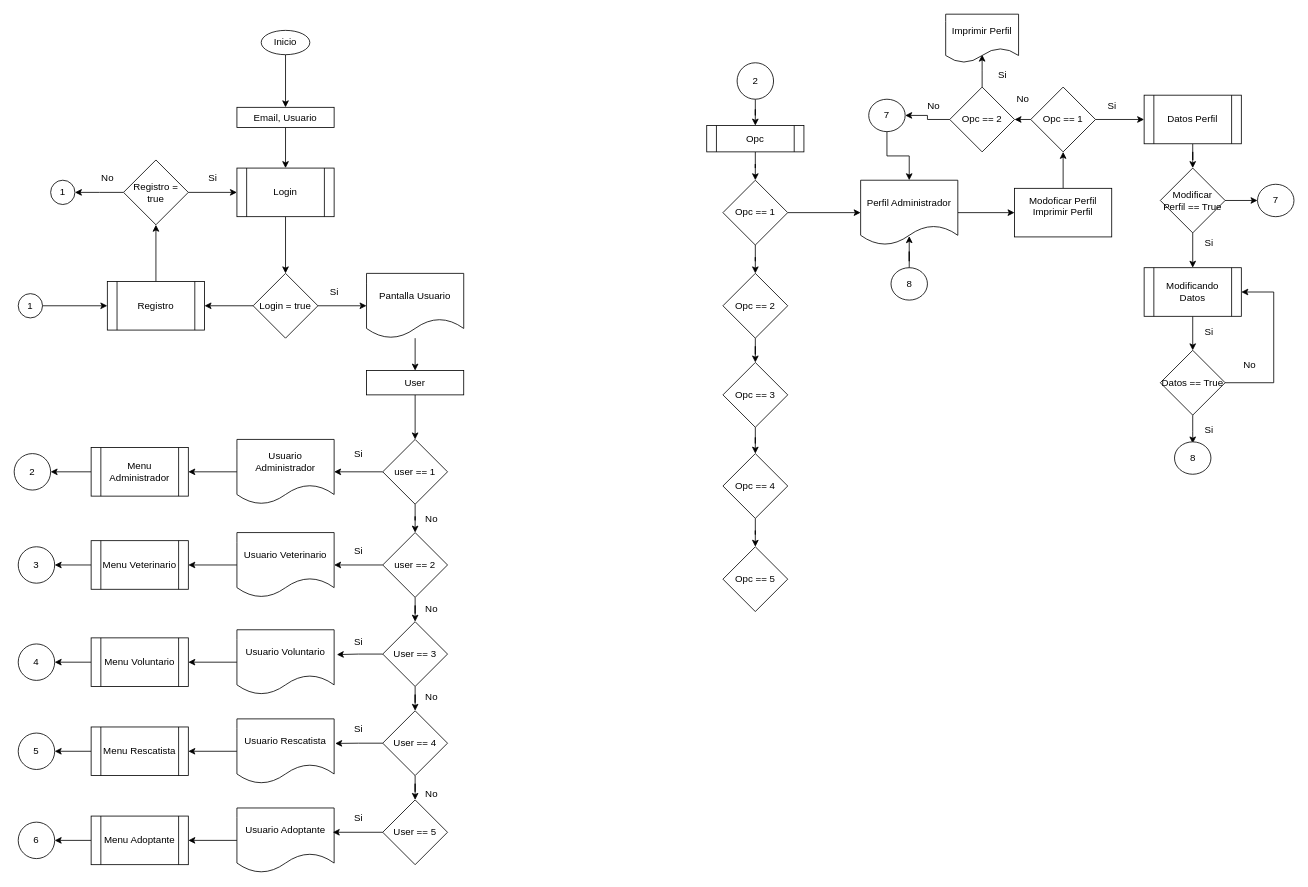
Before: page "Diagrama_Flujo_AdminPets_General" (1 of 2) of AdminPets.drawio in JlchavezG/AdminPets, a draw.io diagram. Source tidied: cells renumbered, new cells numbered last; positions are measured from the earlier drawing's top-left corner, leaving out a move shared by most shapes. Both pictures are drawn from the tidied source at 81%, with x=0, y=0 at pixel (14, 14).
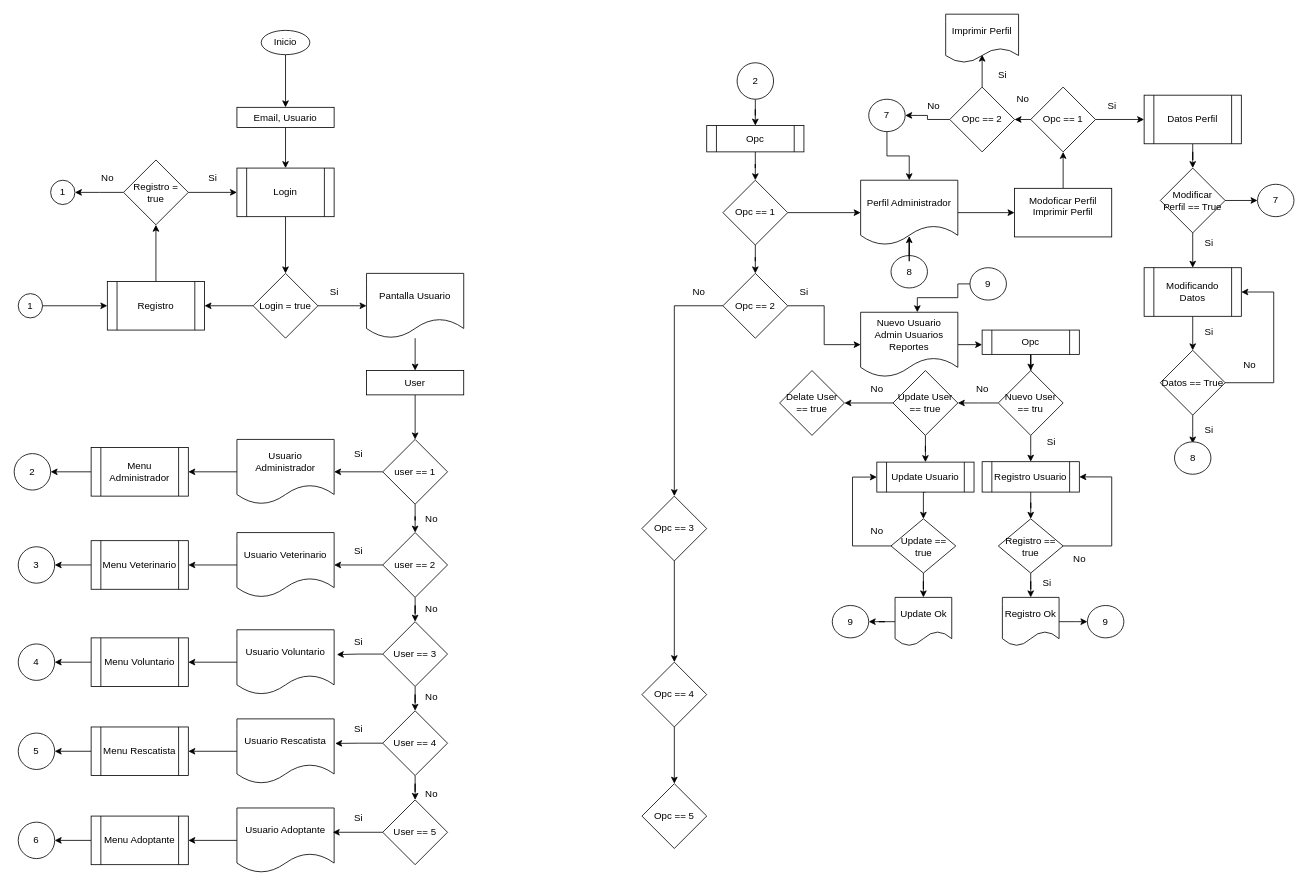
The same diagram, later.

Unchanged cells that the change refers to:
```xml
<mxCell id="82" value="Opc == 2" style="rhombus;whiteSpace=wrap;html=1;" parent="1" vertex="1">
  <mxGeometry x="875" y="320" width="80" height="80" as="geometry" />
</mxCell>
```

The edit, as a diff of the source:
```diff
@@
+    <mxCell id="123" style="edgeStyle=orthogonalEdgeStyle;rounded=0;jettySize=auto;html=1;" parent="1" edge="1" source="82" target="125">
+      <mxGeometry relative="1" as="geometry" />
+    </mxCell>
@@
     <mxCell id="84" value="Opc == 3" style="rhombus;whiteSpace=wrap;html=1;" parent="1" vertex="1">
-      <mxGeometry x="875" y="430" width="80" height="80" as="geometry" />
+      <mxGeometry x="775" y="595" width="80" height="80" as="geometry" />
     </mxCell>
@@
     <mxCell id="86" value="Opc == 4" style="rhombus;whiteSpace=wrap;html=1;" parent="1" vertex="1">
-      <mxGeometry x="875" y="542.5" width="80" height="80" as="geometry" />
+      <mxGeometry x="775" y="800" width="80" height="80" as="geometry" />
     </mxCell>
     <mxCell id="87" value="Opc == 5" style="rhombus;whiteSpace=wrap;html=1;" parent="1" vertex="1">
-      <mxGeometry x="875" y="657.5" width="80" height="80" as="geometry" />
+      <mxGeometry x="775" y="950" width="80" height="80" as="geometry" />
     </mxCell>
@@
     <mxCell id="120" value="8" style="ellipse;whiteSpace=wrap;html=1;" parent="1" vertex="1">
-      <mxGeometry x="1082.5" y="313" width="45" height="40" as="geometry" />
+      <mxGeometry x="1082.5" y="298" width="45" height="40" as="geometry" />
     </mxCell>
@@
+    <mxCell id="124" style="edgeStyle=orthogonalEdgeStyle;rounded=0;jettySize=auto;html=1;" parent="1" edge="1" source="125">
+      <mxGeometry relative="1" as="geometry">
+        <mxPoint x="1195" y="408" as="targetPoint" />
+      </mxGeometry>
+    </mxCell>
+    <mxCell id="125" value="Nuevo Usuario&lt;div&gt;Admin Usuarios&lt;/div&gt;&lt;div&gt;Reportes&lt;/div&gt;" style="shape=document;whiteSpace=wrap;html=1;boundedLbl=1;" parent="1" vertex="1">
+      <mxGeometry x="1045" y="368" width="120" height="80" as="geometry" />
+    </mxCell>
+    <mxCell id="126" style="edgeStyle=orthogonalEdgeStyle;rounded=0;jettySize=auto;html=1;" parent="1" edge="1" source="127" target="130">
+      <mxGeometry relative="1" as="geometry" />
+    </mxCell>
+    <mxCell id="127" value="Opc" style="shape=process;whiteSpace=wrap;html=1;backgroundOutline=1;" parent="1" vertex="1">
+      <mxGeometry x="1195" y="390" width="120" height="30" as="geometry" />
+    </mxCell>
+    <mxCell id="128" style="edgeStyle=orthogonalEdgeStyle;rounded=0;jettySize=auto;html=1;" parent="1" edge="1" source="130">
+      <mxGeometry relative="1" as="geometry">
+        <mxPoint x="1255" y="552.5" as="targetPoint" />
+      </mxGeometry>
+    </mxCell>
+    <mxCell id="129" style="edgeStyle=orthogonalEdgeStyle;rounded=0;jettySize=auto;html=1;" parent="1" edge="1" source="130">
+      <mxGeometry relative="1" as="geometry">
+        <mxPoint x="1165" y="480" as="targetPoint" />
+      </mxGeometry>
+    </mxCell>
+    <mxCell id="130" value="Nuevo User == tru" style="rhombus;whiteSpace=wrap;html=1;" parent="1" vertex="1">
+      <mxGeometry x="1215" y="440" width="80" height="80" as="geometry" />
+    </mxCell>
+    <mxCell id="131" value="Si" style="text;html=1;align=center;verticalAlign=middle;strokeColor=none;fillColor=none;" parent="1" vertex="1">
+      <mxGeometry x="1265" y="512.5" width="30" height="30" as="geometry" />
+    </mxCell>
+    <mxCell id="132" style="edgeStyle=orthogonalEdgeStyle;rounded=0;jettySize=auto;html=1;" parent="1" edge="1" source="133" target="136">
+      <mxGeometry relative="1" as="geometry" />
+    </mxCell>
+    <mxCell id="133" value="Registro Usuario" style="shape=process;whiteSpace=wrap;html=1;backgroundOutline=1;" parent="1" vertex="1">
+      <mxGeometry x="1195" y="552.5" width="120" height="37.5" as="geometry" />
+    </mxCell>
+    <mxCell id="134" style="edgeStyle=orthogonalEdgeStyle;rounded=0;jettySize=auto;html=1;" parent="1" edge="1" source="136" target="138">
+      <mxGeometry relative="1" as="geometry" />
+    </mxCell>
+    <mxCell id="135" style="edgeStyle=orthogonalEdgeStyle;rounded=0;jettySize=auto;html=1;entryX=1;entryY=0.5;entryDx=0;entryDy=0;exitX=1;exitY=0.5;exitDx=0;exitDy=0;" parent="1" edge="1" source="136" target="133">
+      <mxGeometry relative="1" as="geometry">
+        <Array as="points">
+          <mxPoint x="1355" y="657" />
+          <mxPoint x="1355" y="571" />
+        </Array>
+      </mxGeometry>
+    </mxCell>
+    <mxCell id="136" value="Registro == true" style="rhombus;whiteSpace=wrap;html=1;" parent="1" vertex="1">
+      <mxGeometry x="1215" y="623" width="80" height="67" as="geometry" />
+    </mxCell>
+    <mxCell id="137" style="edgeStyle=orthogonalEdgeStyle;rounded=0;jettySize=auto;html=1;" parent="1" edge="1" source="138">
+      <mxGeometry relative="1" as="geometry">
+        <mxPoint x="1325" y="750" as="targetPoint" />
+      </mxGeometry>
+    </mxCell>
+    <mxCell id="138" value="Registro Ok" style="shape=document;whiteSpace=wrap;html=1;boundedLbl=1;" parent="1" vertex="1">
+      <mxGeometry x="1220" y="720" width="70" height="60" as="geometry" />
+    </mxCell>
+    <mxCell id="139" value="Si" style="text;html=1;align=center;verticalAlign=middle;strokeColor=none;fillColor=none;" parent="1" vertex="1">
+      <mxGeometry x="1260" y="688" width="30" height="30" as="geometry" />
+    </mxCell>
+    <mxCell id="140" value="No" style="text;html=1;align=center;verticalAlign=middle;strokeColor=none;fillColor=none;" parent="1" vertex="1">
+      <mxGeometry x="1295" y="658" width="40" height="30" as="geometry" />
+    </mxCell>
+    <mxCell id="141" value="9" style="ellipse;whiteSpace=wrap;html=1;" parent="1" vertex="1">
+      <mxGeometry x="1325" y="730" width="45" height="40" as="geometry" />
+    </mxCell>
+    <mxCell id="142" style="edgeStyle=orthogonalEdgeStyle;rounded=0;jettySize=auto;html=1;exitX=0;exitY=0.5;exitDx=0;exitDy=0;" parent="1" edge="1" source="143" target="125">
+      <mxGeometry relative="1" as="geometry">
+        <Array as="points">
+          <mxPoint x="1165" y="333" />
+          <mxPoint x="1165" y="350" />
+          <mxPoint x="1115" y="350" />
+        </Array>
+      </mxGeometry>
+    </mxCell>
+    <mxCell id="143" value="9" style="ellipse;whiteSpace=wrap;html=1;" parent="1" vertex="1">
+      <mxGeometry x="1180" y="313" width="45" height="40" as="geometry" />
+    </mxCell>
+    <mxCell id="144" style="edgeStyle=orthogonalEdgeStyle;rounded=0;jettySize=auto;html=1;" parent="1" edge="1" source="146" target="148">
+      <mxGeometry relative="1" as="geometry" />
+    </mxCell>
+    <mxCell id="145" style="edgeStyle=orthogonalEdgeStyle;rounded=0;jettySize=auto;html=1;" parent="1" edge="1" source="146" target="151">
+      <mxGeometry relative="1" as="geometry" />
+    </mxCell>
+    <mxCell id="146" value="Update User == true" style="rhombus;whiteSpace=wrap;html=1;" parent="1" vertex="1">
+      <mxGeometry x="1085" y="440" width="80" height="80" as="geometry" />
+    </mxCell>
+    <mxCell id="147" value="No" style="text;html=1;align=center;verticalAlign=middle;strokeColor=none;fillColor=none;" parent="1" vertex="1">
+      <mxGeometry x="1175" y="448" width="40" height="30" as="geometry" />
+    </mxCell>
+    <mxCell id="148" value="Delate User == true" style="rhombus;whiteSpace=wrap;html=1;" parent="1" vertex="1">
+      <mxGeometry x="945" y="440" width="80" height="80" as="geometry" />
+    </mxCell>
+    <mxCell id="149" value="No" style="text;html=1;align=center;verticalAlign=middle;strokeColor=none;fillColor=none;" parent="1" vertex="1">
+      <mxGeometry x="1045" y="448" width="40" height="30" as="geometry" />
+    </mxCell>
+    <mxCell id="150" style="edgeStyle=orthogonalEdgeStyle;rounded=0;jettySize=auto;html=1;exitX=0.5;exitY=1;exitDx=0;exitDy=0;entryX=0.5;entryY=0;entryDx=0;entryDy=0;" parent="1" edge="1" source="151" target="154">
+      <mxGeometry relative="1" as="geometry" />
+    </mxCell>
+    <mxCell id="151" value="Update Usuario" style="shape=process;whiteSpace=wrap;html=1;backgroundOutline=1;" parent="1" vertex="1">
+      <mxGeometry x="1065" y="553" width="120" height="37" as="geometry" />
+    </mxCell>
+    <mxCell id="152" style="edgeStyle=orthogonalEdgeStyle;rounded=0;jettySize=auto;html=1;entryX=0;entryY=0.5;entryDx=0;entryDy=0;exitX=0;exitY=0.5;exitDx=0;exitDy=0;" parent="1" edge="1" source="154" target="151">
+      <mxGeometry relative="1" as="geometry">
+        <Array as="points">
+          <mxPoint x="1035" y="657" />
+          <mxPoint x="1035" y="572" />
+        </Array>
+      </mxGeometry>
+    </mxCell>
+    <mxCell id="153" style="edgeStyle=orthogonalEdgeStyle;rounded=0;jettySize=auto;html=1;entryX=0.5;entryY=0;entryDx=0;entryDy=0;" parent="1" edge="1" source="154" target="157">
+      <mxGeometry relative="1" as="geometry" />
+    </mxCell>
+    <mxCell id="154" value="Update == true" style="rhombus;whiteSpace=wrap;html=1;" parent="1" vertex="1">
+      <mxGeometry x="1082.5" y="623" width="80" height="67" as="geometry" />
+    </mxCell>
+    <mxCell id="155" value="No" style="text;html=1;align=center;verticalAlign=middle;strokeColor=none;fillColor=none;" parent="1" vertex="1">
+      <mxGeometry x="1045" y="623" width="40" height="30" as="geometry" />
+    </mxCell>
+    <mxCell id="156" style="edgeStyle=orthogonalEdgeStyle;rounded=0;jettySize=auto;html=1;entryX=1;entryY=0.5;entryDx=0;entryDy=0;" parent="1" edge="1" source="157" target="158">
+      <mxGeometry relative="1" as="geometry" />
+    </mxCell>
+    <mxCell id="157" value="Update Ok" style="shape=document;whiteSpace=wrap;html=1;boundedLbl=1;" parent="1" vertex="1">
+      <mxGeometry x="1087.5" y="720" width="70" height="60" as="geometry" />
+    </mxCell>
+    <mxCell id="158" value="9" style="ellipse;whiteSpace=wrap;html=1;" parent="1" vertex="1">
+      <mxGeometry x="1010" y="730" width="45" height="40" as="geometry" />
+    </mxCell>
+    <mxCell id="159" value="Si" style="text;html=1;align=center;verticalAlign=middle;strokeColor=none;fillColor=none;" parent="1" vertex="1">
+      <mxGeometry x="960" y="328" width="30" height="30" as="geometry" />
+    </mxCell>
+    <mxCell id="160" value="No" style="text;html=1;align=center;verticalAlign=middle;strokeColor=none;fillColor=none;" parent="1" vertex="1">
+      <mxGeometry x="825" y="328" width="40" height="30" as="geometry" />
+    </mxCell>
```
